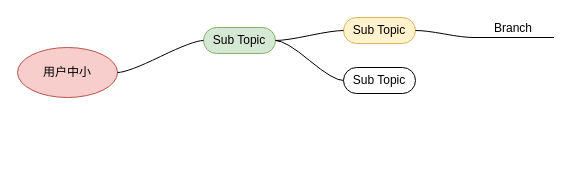
This is 绘图1.drawio from fish-liu/desingn, a draw.io file, before an edit. Source tidied: cells renumbered, new cells numbered last; positions are measured from the earlier drawing's top-left corner, leaving out a move shared by most shapes. Both pictures are drawn from the tidied source at 100%, with x=0, y=0 at pixel (17, 17).
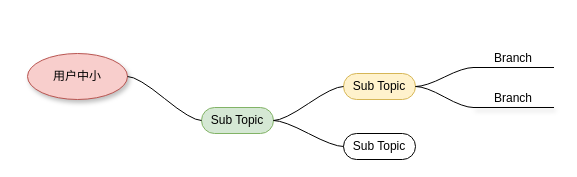
After the change.

Diff of the diagram source:
```diff
@@
 <mxGraphModel>
   <root>
     <mxCell id="0" />
     <mxCell id="1" parent="0" />
-    <mxCell id="2" value="用户中小" style="ellipse;whiteSpace=wrap;html=1;align=center;newEdgeStyle={&quot;edgeStyle&quot;:&quot;entityRelationEdgeStyle&quot;,&quot;startArrow&quot;:&quot;none&quot;,&quot;endArrow&quot;:&quot;none&quot;,&quot;segment&quot;:10,&quot;curved&quot;:1};fillColor=#f8cecc;strokeColor=#b85450;" parent="1" vertex="1">
-      <mxGeometry y="30" width="100" height="50" as="geometry" />
+    <mxCell id="2" value="用户中小" style="ellipse;whiteSpace=wrap;html=1;align=center;newEdgeStyle={&quot;edgeStyle&quot;:&quot;entityRelationEdgeStyle&quot;,&quot;startArrow&quot;:&quot;none&quot;,&quot;endArrow&quot;:&quot;none&quot;,&quot;segment&quot;:10,&quot;curved&quot;:1};fillColor=#f8cecc;strokeColor=#b85450;shadow=1;" parent="1" vertex="1">
+      <mxGeometry x="10" y="36" width="100" height="46" as="geometry" />
     </mxCell>
     <mxCell id="3" value="Sub Topic" style="whiteSpace=wrap;html=1;rounded=1;arcSize=50;align=center;verticalAlign=middle;strokeWidth=1;spacing=4;newEdgeStyle={&quot;edgeStyle&quot;:&quot;entityRelationEdgeStyle&quot;,&quot;startArrow&quot;:&quot;none&quot;,&quot;endArrow&quot;:&quot;none&quot;,&quot;segment&quot;:10,&quot;curved&quot;:1};fillColor=#d5e8d4;strokeColor=#82b366;" parent="1" vertex="1">
-      <mxGeometry x="186" y="10" width="72" height="26" as="geometry" />
+      <mxGeometry x="184" y="90" width="72" height="26" as="geometry" />
     </mxCell>
     <mxCell id="4" style="edgeStyle=entityRelationEdgeStyle;startArrow=none;endArrow=none;segment=10;curved=1;exitX=1;exitY=0.5;exitDx=0;exitDy=0;" parent="1" edge="1" source="2" target="3">
       <mxGeometry relative="1" as="geometry" />
     </mxCell>
     <mxCell id="5" value="Sub Topic" style="whiteSpace=wrap;html=1;rounded=1;arcSize=50;align=center;verticalAlign=middle;strokeWidth=1;spacing=4;newEdgeStyle={&quot;edgeStyle&quot;:&quot;entityRelationEdgeStyle&quot;,&quot;startArrow&quot;:&quot;none&quot;,&quot;endArrow&quot;:&quot;none&quot;,&quot;segment&quot;:10,&quot;curved&quot;:1};fillColor=#fff2cc;strokeColor=#d6b656;" parent="1" vertex="1">
-      <mxGeometry x="326" width="72" height="26" as="geometry" />
+      <mxGeometry x="326" y="56" width="72" height="26" as="geometry" />
     </mxCell>
     <mxCell id="6" style="edgeStyle=entityRelationEdgeStyle;startArrow=none;endArrow=none;segment=10;curved=1;exitX=1;exitY=0.5;exitDx=0;exitDy=0;" parent="1" edge="1" source="3" target="5">
       <mxGeometry relative="1" as="geometry" />
     </mxCell>
     <mxCell id="7" value="Sub Topic" style="whiteSpace=wrap;html=1;rounded=1;arcSize=50;align=center;verticalAlign=middle;strokeWidth=1;spacing=4;newEdgeStyle={&quot;edgeStyle&quot;:&quot;entityRelationEdgeStyle&quot;,&quot;startArrow&quot;:&quot;none&quot;,&quot;endArrow&quot;:&quot;none&quot;,&quot;segment&quot;:10,&quot;curved&quot;:1};" parent="1" vertex="1">
-      <mxGeometry x="326" y="50" width="72" height="26" as="geometry" />
+      <mxGeometry x="326" y="116" width="72" height="26" as="geometry" />
     </mxCell>
     <mxCell id="8" style="edgeStyle=entityRelationEdgeStyle;startArrow=none;endArrow=none;segment=10;curved=1;exitX=1;exitY=0.5;exitDx=0;exitDy=0;" parent="1" edge="1" source="3" target="7">
       <mxGeometry relative="1" as="geometry" />
     </mxCell>
     <mxCell id="9" value="Branch" style="whiteSpace=wrap;html=1;shape=partialRectangle;top=0;left=0;bottom=1;right=0;points=[[0,1],[1,1]];fillColor=none;align=center;verticalAlign=bottom;routingCenterY=0.5;snapToPoint=1;newEdgeStyle={&quot;edgeStyle&quot;:&quot;entityRelationEdgeStyle&quot;,&quot;startArrow&quot;:&quot;none&quot;,&quot;endArrow&quot;:&quot;none&quot;,&quot;segment&quot;:10,&quot;curved&quot;:1};" parent="1" vertex="1">
-      <mxGeometry x="456" width="80" height="20" as="geometry" />
+      <mxGeometry x="456" y="30" width="80" height="20" as="geometry" />
     </mxCell>
     <mxCell id="10" style="edgeStyle=entityRelationEdgeStyle;startArrow=none;endArrow=none;segment=10;curved=1;exitX=1;exitY=0.5;exitDx=0;exitDy=0;" parent="1" edge="1" source="5" target="9">
       <mxGeometry relative="1" as="geometry" />
     </mxCell>
+    <mxCell id="11" value="Branch" style="whiteSpace=wrap;html=1;shape=partialRectangle;top=0;left=0;bottom=1;right=0;points=[[0,1],[1,1]];fillColor=none;align=center;verticalAlign=bottom;routingCenterY=0.5;snapToPoint=1;newEdgeStyle={&quot;edgeStyle&quot;:&quot;entityRelationEdgeStyle&quot;,&quot;startArrow&quot;:&quot;none&quot;,&quot;endArrow&quot;:&quot;none&quot;,&quot;segment&quot;:10,&quot;curved&quot;:1};shadow=1;" parent="1" vertex="1">
+      <mxGeometry x="456" y="70" width="80" height="20" as="geometry" />
+    </mxCell>
+    <mxCell id="12" style="edgeStyle=entityRelationEdgeStyle;startArrow=none;endArrow=none;segment=10;curved=1;exitX=1;exitY=0.5;exitDx=0;exitDy=0;" parent="1" edge="1" source="5" target="11">
+      <mxGeometry relative="1" as="geometry" />
+    </mxCell>
   </root>
 </mxGraphModel>
```
